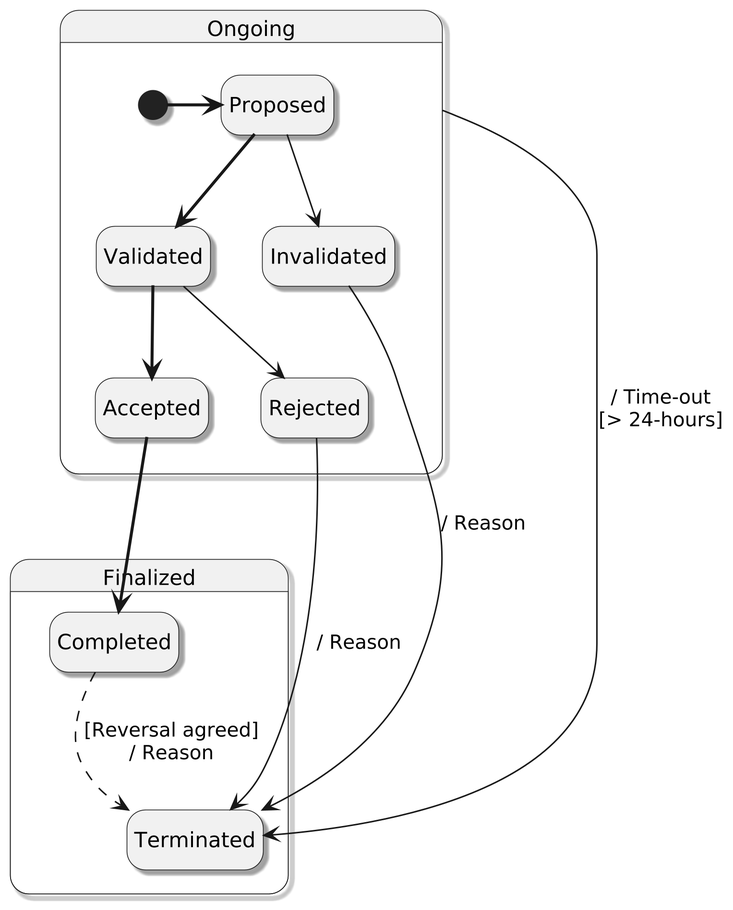
This is diagrams/Transaction State Chart.png from frankcnng/CARP, a PlantUML export, as it was before one commit.
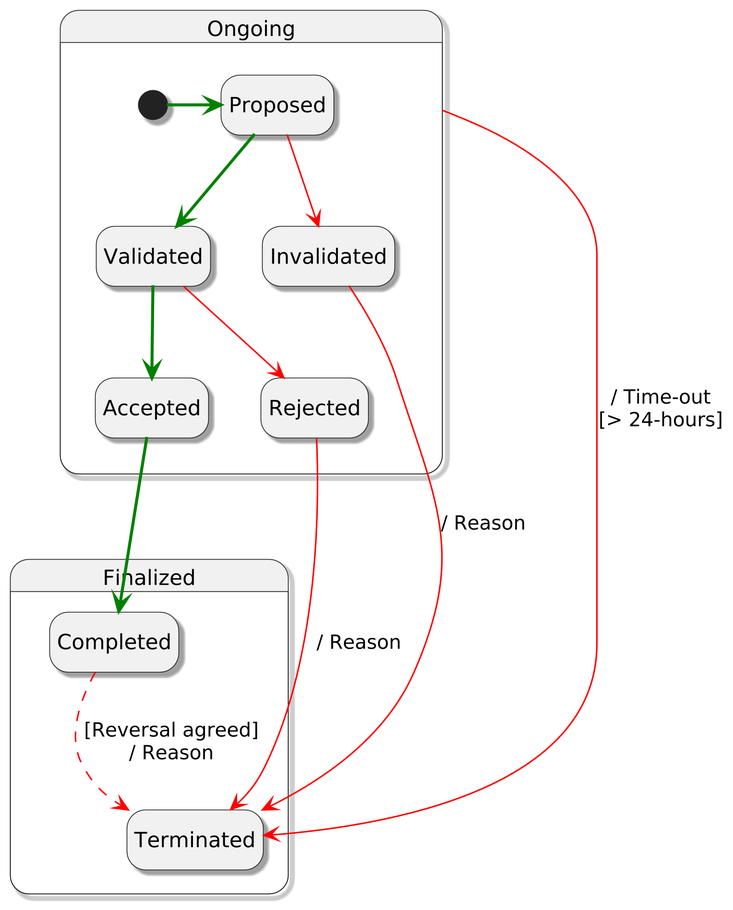
The same file after the commit.

Change to the diagram source:
```diff
@@ -1,7 +1,7 @@
 @startuml Transaction State Chart
 
 skinparam dpi 300
-skinparam monochrome true
+skinparam monochrome false
 skinparam shadowing true
 
 top to bottom direction
@@ -10,19 +10,19 @@
 state "Ongoing" as ip
 
 State ip {
-  [*] -[bold]> Proposed
-  Proposed -[bold]-> Validated
-  Proposed --> Invalidated
+  [*] -[bold,#green]> Proposed
+  Proposed -[bold,#green]-> Validated
+  Proposed -[#red]-> Invalidated
 
-  Validated -[bold]-> Accepted
-  Validated --> Rejected
+  Validated -[bold,#green]-> Accepted
+  Validated -[#red]-> Rejected
 }
 
 State Finalized {
-  Accepted -[bold]-> Completed
-  Invalidated --> Terminated : / Reason
-  Rejected --> Terminated : / Reason
-  ip --> Terminated : / Time-out\n[> 24-hours]
-  Completed -[dashed]-> Terminated : [Reversal agreed]\n/ Reason
+  Accepted -[bold,#green]-> Completed
+  Invalidated -[#red]-> Terminated : / Reason
+  Rejected -[#red]-> Terminated : / Reason
+  ip -[#red]-> Terminated : / Time-out\n[> 24-hours]
+  Completed -[dashed,#red]-> Terminated : [Reversal agreed]\n/ Reason
 }
 @enduml
```
